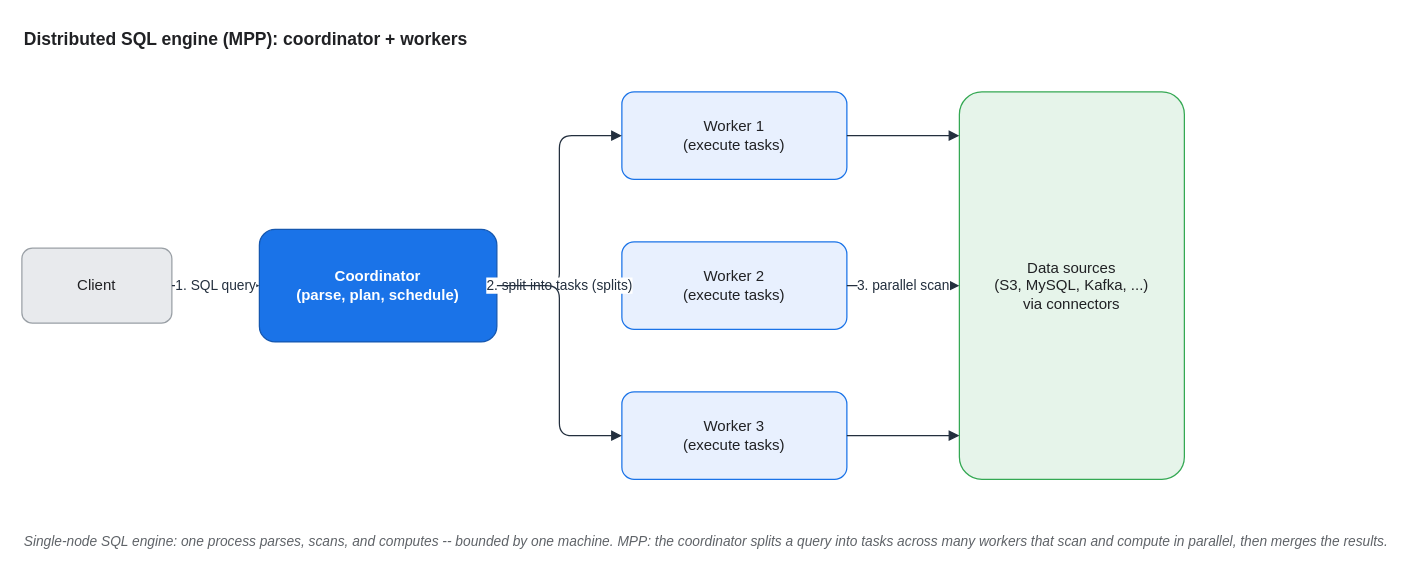
Above: assets/img/aws/analytics-stack-03-distributed-sql-mpp.drawio in KKamJi98/kkamji98.github.io (draw.io), before the change. Source tidied: cells renumbered, new cells numbered last; positions are measured from the earlier drawing's top-left corner, leaving out a move shared by most shapes. Both pictures are drawn from the tidied source at 125%, with x=0, y=0 at pixel (21, 21).
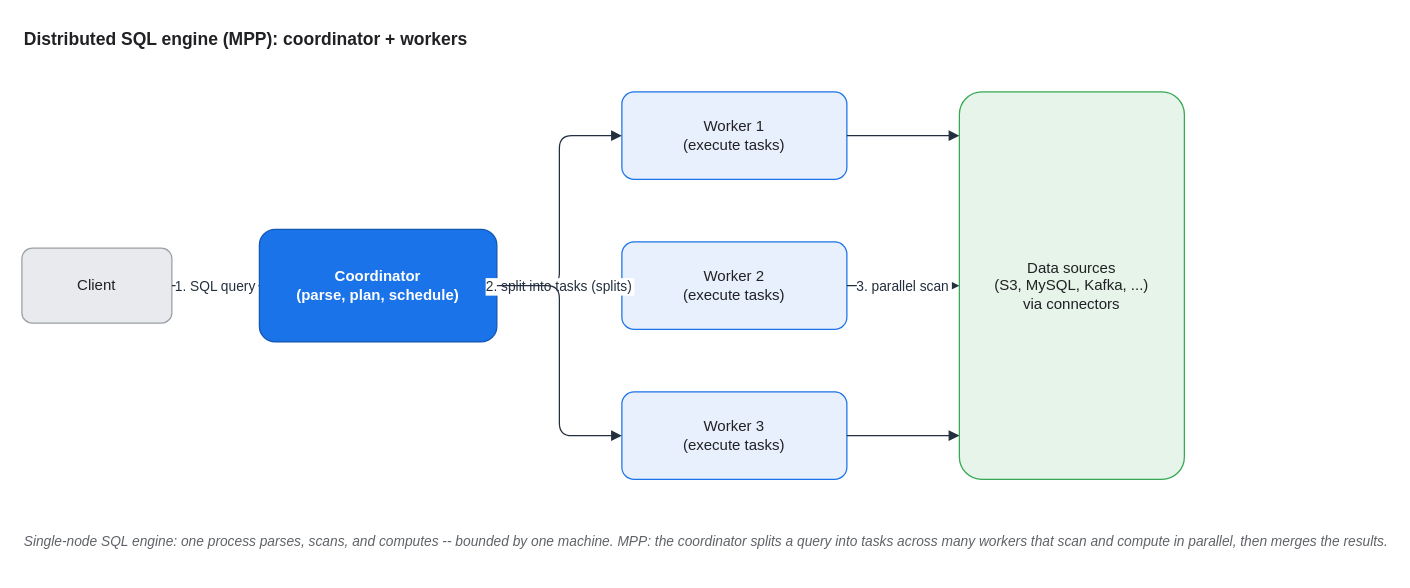
The same diagram, later.

The change refers to these unchanged cells:
```xml
<mxCell id="3" value="Client" style="rounded=1;whiteSpace=wrap;html=1;arcSize=14;shadow=0;fillColor=#E8EAED;strokeColor=#9AA0A6;fontColor=#202124;" parent="1" vertex="1">
  <mxGeometry y="181" width="120" height="60" as="geometry" />
</mxCell>
<mxCell id="4" value="Coordinator&#10;(parse, plan, schedule)" style="rounded=1;whiteSpace=wrap;html=1;arcSize=14;shadow=0;fillColor=#1A73E8;strokeColor=#1457B0;fontColor=#FFFFFF;fontStyle=1;" parent="1" vertex="1">
  <mxGeometry x="190" y="166" width="190" height="90" as="geometry" />
</mxCell>
<mxCell id="6" value="Worker 2&#10;(execute tasks)" style="rounded=1;whiteSpace=wrap;html=1;arcSize=14;shadow=0;fillColor=#E8F0FE;strokeColor=#1A73E8;fontColor=#202124;" parent="1" vertex="1">
  <mxGeometry x="480" y="176" width="180" height="70" as="geometry" />
</mxCell>
<mxCell id="8" value="Data sources&#10;(S3, MySQL, Kafka, ...)&#10;via connectors" style="rounded=1;whiteSpace=wrap;html=1;arcSize=10;shadow=0;fillColor=#E6F4EA;strokeColor=#34A853;fontColor=#202124;" parent="1" vertex="1">
  <mxGeometry x="750" y="56" width="180" height="310" as="geometry" />
</mxCell>
```

Change to the diagram source:
```diff
@@
-    <mxCell id="9" value="1. SQL query" style="edgeStyle=orthogonalEdgeStyle;rounded=1;html=1;fontColor=#232F3E;strokeColor=#232F3E;labelBackgroundColor=#FFFFFF;endArrow=block;exitX=1;exitY=0.5;exitDx=0;exitDy=0;entryX=0;entryY=0.5;entryDx=0;entryDy=0;" parent="1" edge="1" source="3" target="4">
+    <mxCell id="9" value="1. SQL query" style="edgeStyle=orthogonalEdgeStyle;rounded=1;html=0;fontColor=#232F3E;strokeColor=#232F3E;labelBackgroundColor=#FFFFFF;endArrow=block;exitX=1;exitY=0.5;exitDx=0;exitDy=0;entryX=0;entryY=0.5;entryDx=0;entryDy=0;" parent="1" edge="1" source="3" target="4">
       <mxGeometry relative="1" as="geometry" />
     </mxCell>
@@
-    <mxCell id="11" value="2. split into tasks (splits)" style="edgeStyle=orthogonalEdgeStyle;rounded=1;html=1;fontColor=#232F3E;strokeColor=#232F3E;labelBackgroundColor=#FFFFFF;endArrow=block;exitX=1;exitY=0.5;exitDx=0;exitDy=0;entryX=0;entryY=0.5;entryDx=0;entryDy=0;" parent="1" edge="1" source="4" target="6">
+    <mxCell id="11" value="2. split into tasks (splits)" style="edgeStyle=orthogonalEdgeStyle;rounded=1;html=0;fontColor=#232F3E;strokeColor=#232F3E;labelBackgroundColor=#FFFFFF;endArrow=block;exitX=1;exitY=0.5;exitDx=0;exitDy=0;entryX=0;entryY=0.5;entryDx=0;entryDy=0;" parent="1" edge="1" source="4" target="6">
       <mxGeometry relative="1" as="geometry" />
     </mxCell>
@@
-    <mxCell id="14" value="3. parallel scan" style="edgeStyle=orthogonalEdgeStyle;rounded=1;html=1;fontColor=#232F3E;strokeColor=#232F3E;labelBackgroundColor=#FFFFFF;endArrow=block;exitX=1;exitY=0.5;exitDx=0;exitDy=0;entryX=0;entryY=0.5;entryDx=0;entryDy=0;" parent="1" edge="1" source="6" target="8">
+    <mxCell id="14" value="3. parallel scan" style="edgeStyle=orthogonalEdgeStyle;rounded=1;html=0;fontColor=#232F3E;strokeColor=#232F3E;labelBackgroundColor=#FFFFFF;endArrow=block;exitX=1;exitY=0.5;exitDx=0;exitDy=0;entryX=0;entryY=0.5;entryDx=0;entryDy=0;" parent="1" edge="1" source="6" target="8">
       <mxGeometry relative="1" as="geometry" />
     </mxCell>
```
